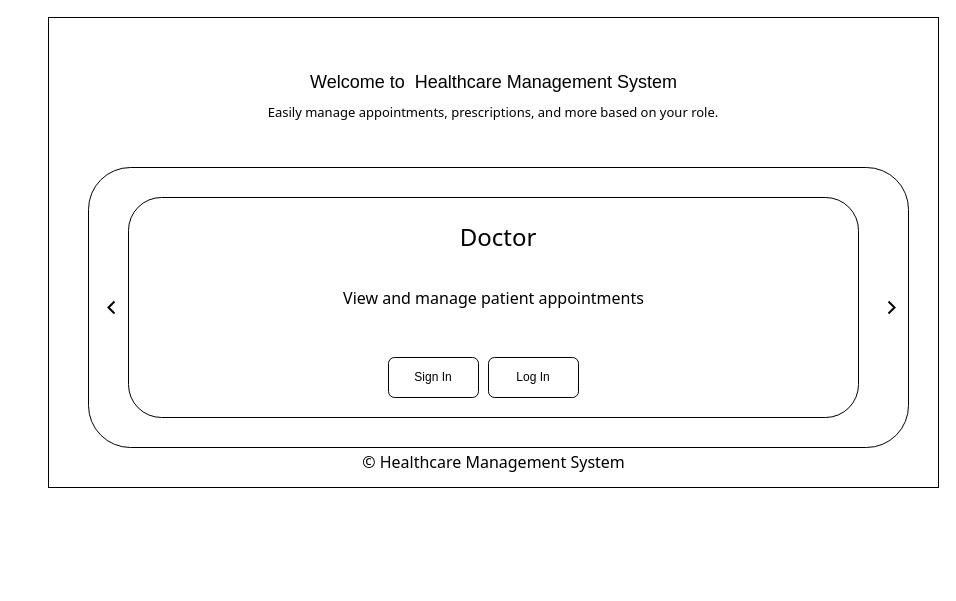
Before: Flowcharts and Diagrams/HomePage.drawio in ArmanBehera/Pharmacy-Manager, a draw.io diagram. Source tidied: cells renumbered, new cells numbered last; positions are measured from the earlier drawing's top-left corner, leaving out a move shared by most shapes. Both pictures are drawn from the tidied source at 100%, with x=0, y=0 at pixel (48, 17).
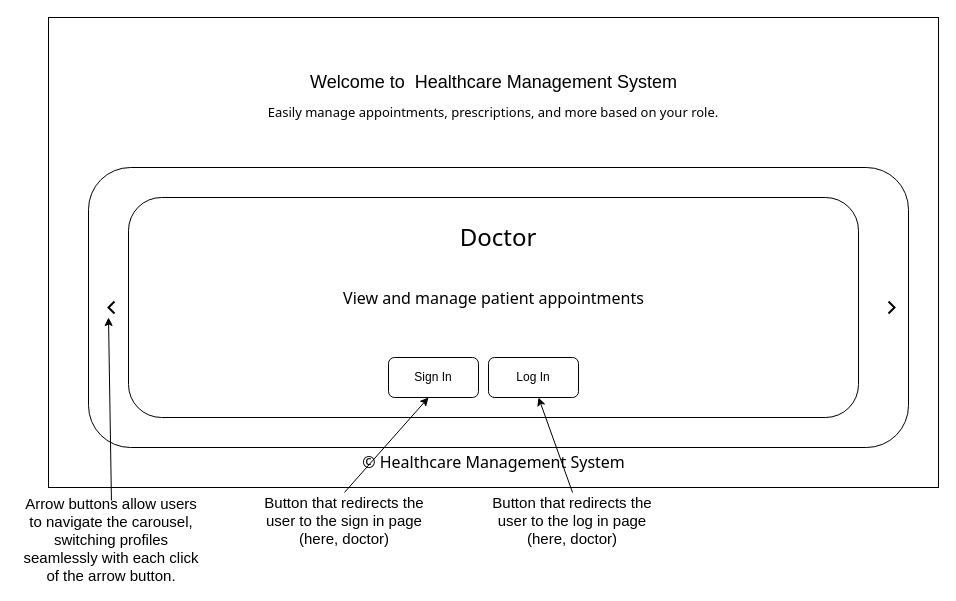
Above is the later version.

Diff of the diagram source:
```diff
@@
+    <mxCell id="14" style="endArrow=classic;html=1;rounded=0;exitX=0.5;exitY=0;exitDx=0;exitDy=0;" parent="1" edge="1" source="15">
+      <mxGeometry relative="1" as="geometry">
+        <mxPoint x="380" y="380" as="targetPoint" />
+      </mxGeometry>
+    </mxCell>
+    <mxCell id="15" value="&lt;font style=&quot;font-size: 15px;&quot;&gt;Button that redirects the user to the sign in page (here, doctor)&lt;/font&gt;" style="text;html=1;align=center;verticalAlign=middle;whiteSpace=wrap;rounded=0;" parent="1" vertex="1">
+      <mxGeometry x="201.9" y="475" width="188.1" height="55" as="geometry" />
+    </mxCell>
+    <mxCell id="16" style="endArrow=classic;html=1;rounded=0;exitX=0.5;exitY=0;exitDx=0;exitDy=0;" parent="1" edge="1" source="17">
+      <mxGeometry relative="1" as="geometry">
+        <mxPoint x="490" y="380" as="targetPoint" />
+      </mxGeometry>
+    </mxCell>
+    <mxCell id="17" value="&lt;font style=&quot;font-size: 15px;&quot;&gt;Button that redirects the user to the log in page (here, doctor)&lt;/font&gt;" style="text;html=1;align=center;verticalAlign=middle;whiteSpace=wrap;rounded=0;" parent="1" vertex="1">
+      <mxGeometry x="430" y="475" width="188.1" height="55" as="geometry" />
+    </mxCell>
+    <mxCell id="18" style="endArrow=classic;html=1;rounded=0;exitX=0.5;exitY=0;exitDx=0;exitDy=0;" parent="1" edge="1" source="19">
+      <mxGeometry relative="1" as="geometry">
+        <mxPoint x="60" y="300" as="targetPoint" />
+      </mxGeometry>
+    </mxCell>
+    <mxCell id="19" value="&lt;font style=&quot;font-size: 15px;&quot;&gt;Arrow buttons allow users to navigate the carousel, switching profiles seamlessly with each click of the arrow button.&lt;/font&gt;" style="text;html=1;align=center;verticalAlign=middle;whiteSpace=wrap;rounded=0;" parent="1" vertex="1">
+      <mxGeometry x="-31.1" y="483" width="188.1" height="77" as="geometry" />
+    </mxCell>
```
